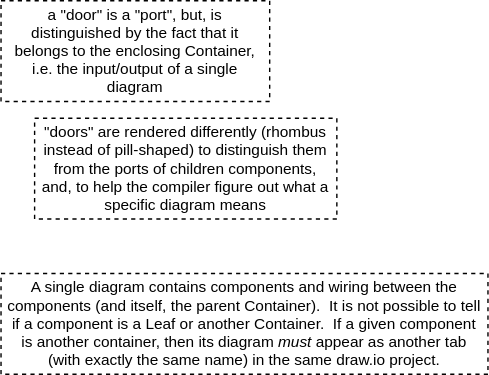
Earlier version of the draw.io export DPL syntax/DPL syntax-notes.drawio.svg (guitarvydas/0dproto). Source tidied: cells renumbered, new cells last; positions are measured from the earlier drawing's top-left corner, leaving out a move shared by most shapes.
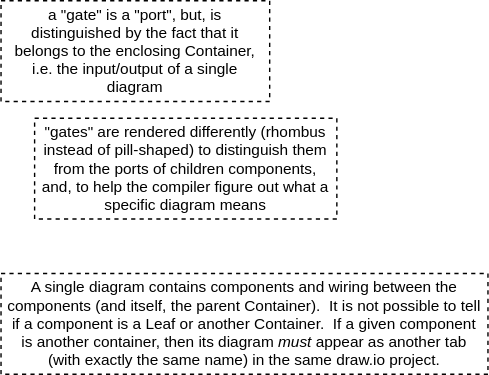
Above is the later version.

Commit message:
convert diagrams to relative markdown format

Diff of the diagram source:
```diff
@@ -2,10 +2,10 @@
   <root>
     <mxCell id="0" />
     <mxCell id="1" parent="0" />
-    <mxCell id="2" value="a &quot;door&quot; is a &quot;port&quot;, but, is distinguished by the fact that it belongs to the enclosing Container, i.e. the input/output of a single diagram" style="rounded=0;whiteSpace=wrap;html=1;fontFamily=Helvetica;fontSize=11;fontColor=default;dashed=1;spacing=6;" parent="1" vertex="1">
+    <mxCell id="2" value="a &quot;gate&quot; is a &quot;port&quot;, but, is distinguished by the fact that it belongs to the enclosing Container, i.e. the input/output of a single diagram" style="rounded=0;whiteSpace=wrap;html=1;fontFamily=Helvetica;fontSize=11;fontColor=default;dashed=1;spacing=6;" parent="1" vertex="1">
       <mxGeometry width="192" height="72" as="geometry" />
     </mxCell>
-    <mxCell id="3" value="&quot;doors&quot; are rendered differently (rhombus instead of pill-shaped) to distinguish them from the ports of children components, and, to help the compiler figure out what a specific diagram means" style="rounded=0;whiteSpace=wrap;html=1;fontFamily=Helvetica;fontSize=11;fontColor=default;dashed=1;spacing=6;" parent="1" vertex="1">
+    <mxCell id="3" value="&quot;gates&quot; are rendered differently (rhombus instead of pill-shaped) to distinguish them from the ports of children components, and, to help the compiler figure out what a specific diagram means" style="rounded=0;whiteSpace=wrap;html=1;fontFamily=Helvetica;fontSize=11;fontColor=default;dashed=1;spacing=6;" parent="1" vertex="1">
       <mxGeometry x="24" y="84" width="216" height="72" as="geometry" />
     </mxCell>
     <mxCell id="4" value="A single diagram contains components and wiring between the components (and itself, the parent Container).&amp;nbsp; It is not possible to tell if a component is a Leaf or another Container.&amp;nbsp; If a given component is another container, then its diagram &lt;i&gt;must&lt;/i&gt;&amp;nbsp;appear as another tab (with exactly the same name) in the same draw.io project." style="rounded=0;whiteSpace=wrap;html=1;fontFamily=Helvetica;fontSize=11;fontColor=default;dashed=1;spacing=5;" parent="1" vertex="1">
```
